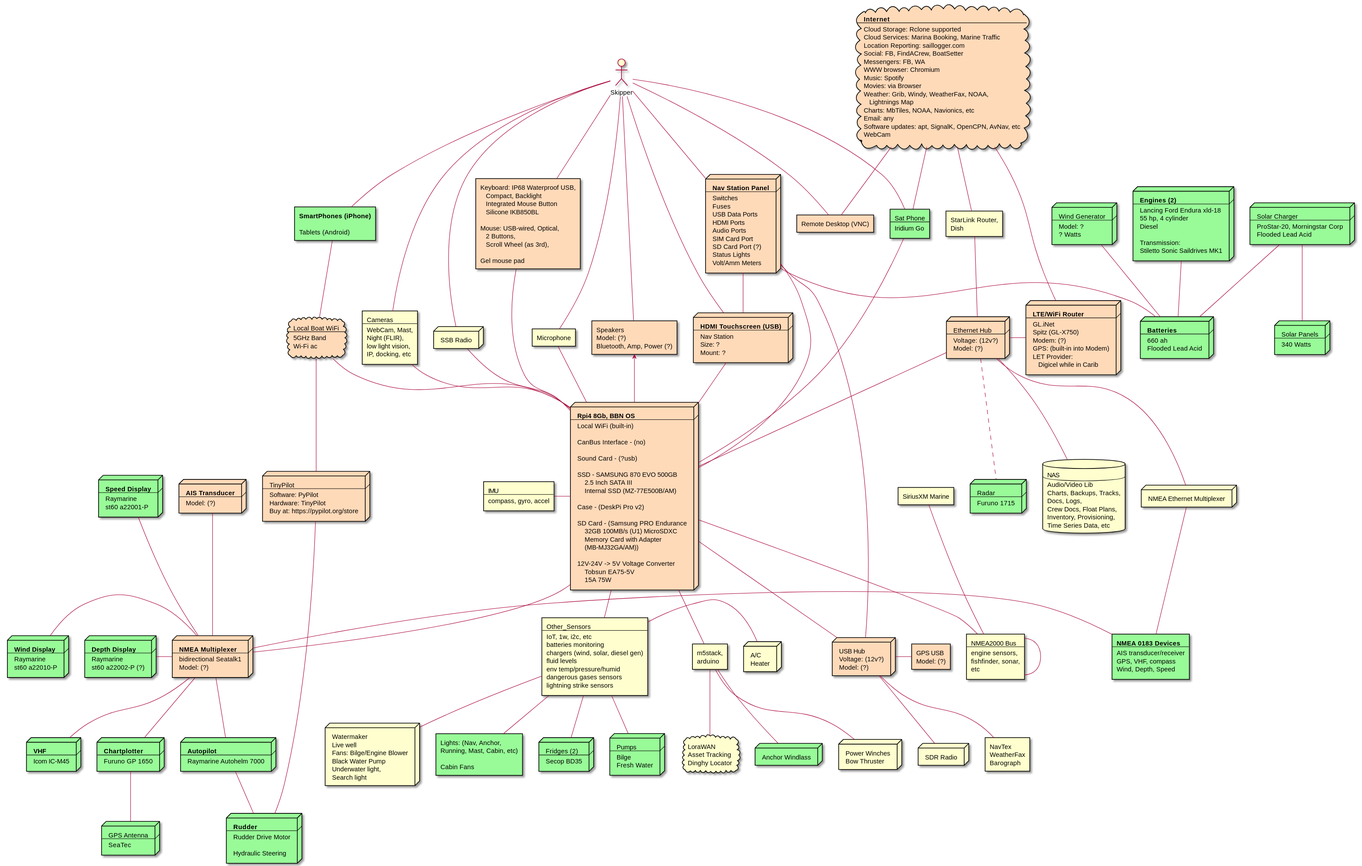
This is docs/images/alcazar-system-arch.svg from SY-Alcazar/SY-Alcazar, a PlantUML export, as it was before one commit.
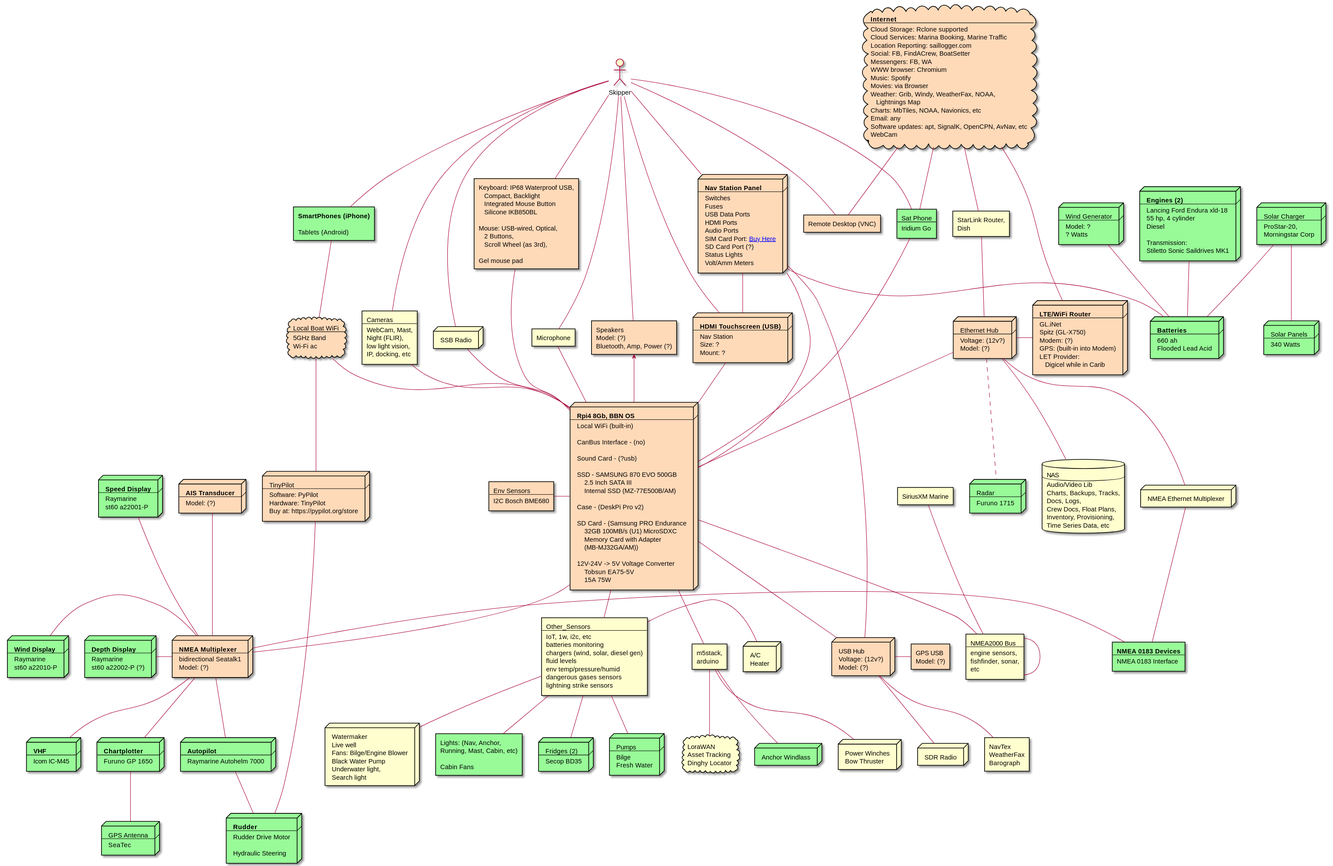
The same file after the commit.

Commit message:
alcazar system arch

Diff of the diagram source:
```diff
@@ -12,7 +12,7 @@
  USB Data Ports
  HDMI Ports
  Audio Ports
- SIM Card Port
+ SIM Card Port: [[https://www.data-alliance.net/cable-gland-for-fiber-usb-sim-terminal-block-waterproof-ip67-feed-thru/ Buy Here]]
  SD Card Port (?)
  Status Lights
  Volt/Amm Meters
@@ -48,10 +48,10 @@
  Model: (?)
 ]
 
-rectangle IMU [
- IMU
+rectangle Env_Sens #peachpuff [
+ Env Sensors
  ----
- compass, gyro, accel
+ I2C Bosch BME680
 ]
 
 rectangle NMEA_2000 [
@@ -76,9 +76,7 @@
 rectangle NMEA_0183 #palegreen [
  <b>NMEA 0183 Devices
  ----
- AIS transducer/receiver
- GPS, VHF, compass
- Wind, Depth, Speed
+ NMEA 0183 Interface
 ]
 
 node AP #palegreen [
@@ -370,8 +368,8 @@
 node Charger_Solar #palegreen [
  Solar Charger
  ----
- ProStar-20, Morningstar Corp
- Flooded Lead Acid
+ ProStar-20,
+ Morningstar Corp
 ]
 
 node Engines #palegreen [
@@ -399,7 +397,7 @@
   ? Watts
 ]
 
-RPI -l- IMU
+RPI -l- Env_Sens
 RPI -- NMEA_2000
 RPI -d- NMEA_Mux
 RPI -u- Eth_Hub
```
